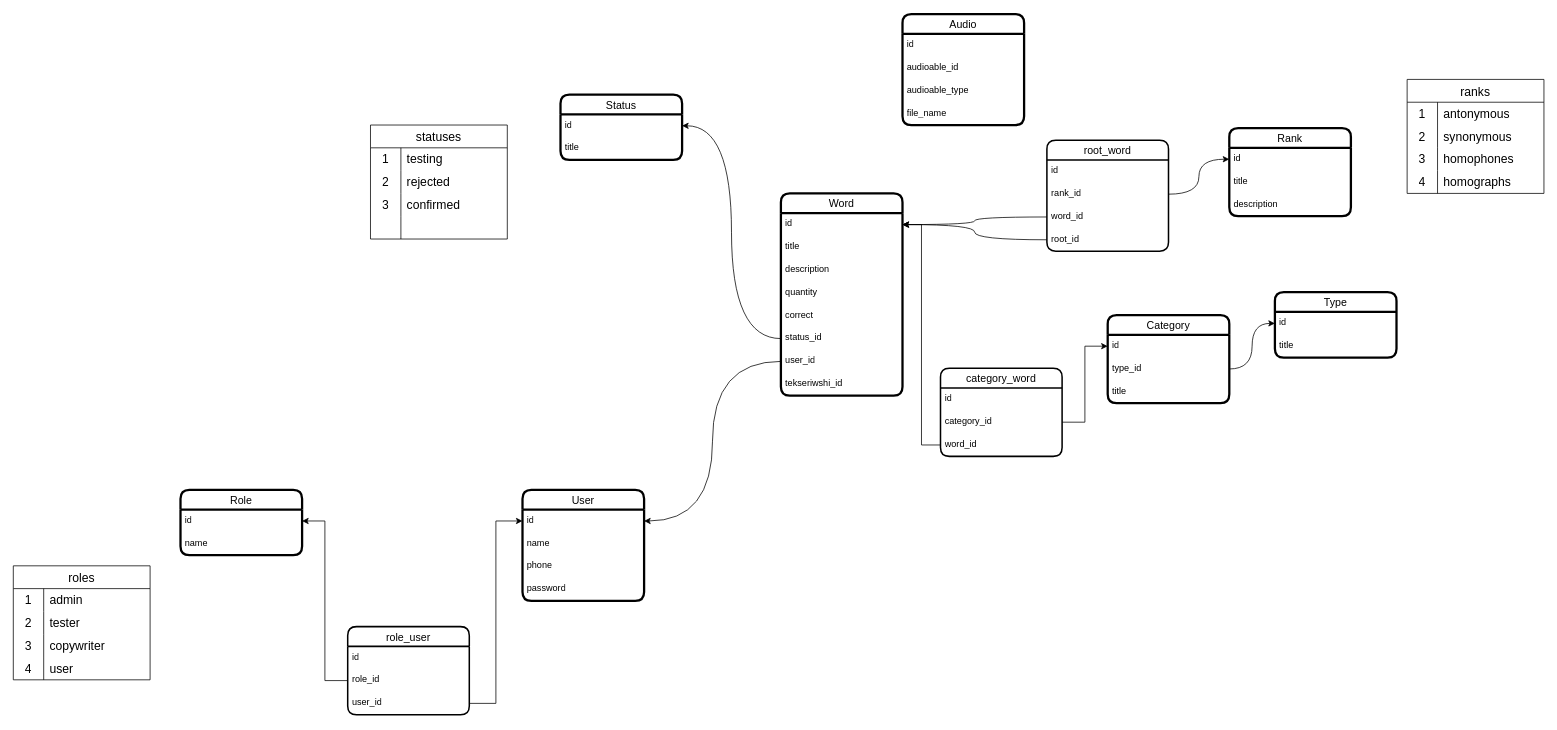
Earlier version of the draw.io diagram ts-backend.drawio (iztileuoff/databases). Source tidied: cells renumbered, new cells numbered last; positions are measured from the earlier drawing's top-left corner, leaving out a move shared by most shapes. Both pictures are drawn from the tidied source at 76%, with x=0, y=0 at pixel (13, 14).
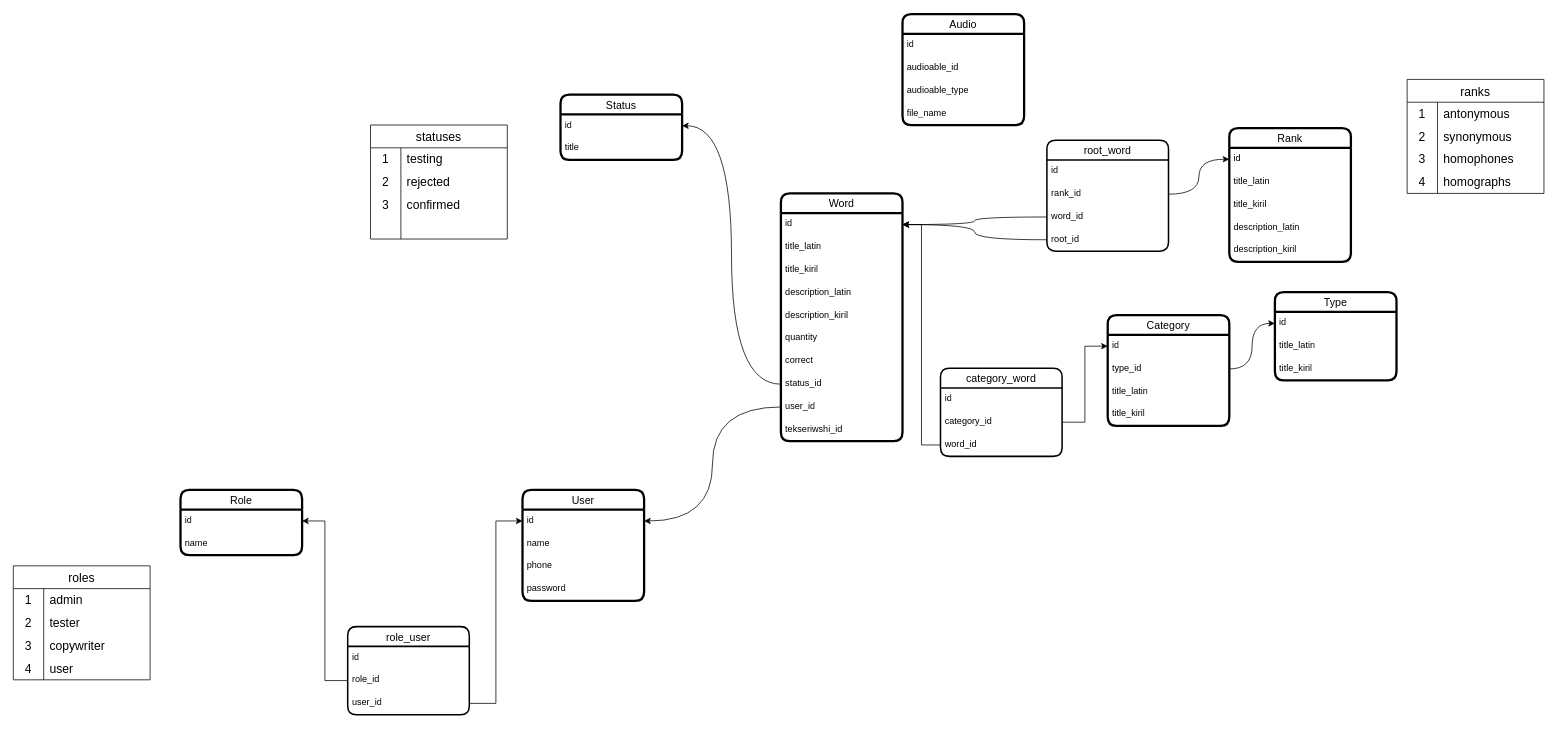
Above is the later version.

The edit, as a diff of the source:
```diff
@@
     <mxCell id="15" value="Word" style="swimlane;fontStyle=0;horizontal=1;startSize=26;align=center;fontSize=14;rounded=1;strokeWidth=3;" parent="1" vertex="1">
-      <mxGeometry x="1010" y="236" width="160" height="266" as="geometry" />
+      <mxGeometry x="1010" y="236" width="160" height="326" as="geometry" />
     </mxCell>
@@
-    <mxCell id="17" value="title" style="text;strokeColor=none;fillColor=none;spacingLeft=4;spacingRight=4;overflow=hidden;fontSize=12;whiteSpace=wrap;html=1;" parent="15" vertex="1">
+    <mxCell id="17" value="title_latin" style="text;strokeColor=none;fillColor=none;spacingLeft=4;spacingRight=4;overflow=hidden;fontSize=12;whiteSpace=wrap;html=1;" parent="15" vertex="1">
       <mxGeometry y="56" width="160" height="30" as="geometry" />
     </mxCell>
+    <mxCell id="100" value="title_kiril" style="text;strokeColor=none;fillColor=none;spacingLeft=4;spacingRight=4;overflow=hidden;fontSize=12;whiteSpace=wrap;html=1;" parent="15" vertex="1">
+      <mxGeometry y="86" width="160" height="30" as="geometry" />
+    </mxCell>
-    <mxCell id="18" value="description" style="text;strokeColor=none;fillColor=none;spacingLeft=4;spacingRight=4;overflow=hidden;fontSize=12;whiteSpace=wrap;html=1;" parent="15" vertex="1">
-      <mxGeometry y="86" width="160" height="30" as="geometry" />
+    <mxCell id="18" value="description_latin" style="text;strokeColor=none;fillColor=none;spacingLeft=4;spacingRight=4;overflow=hidden;fontSize=12;whiteSpace=wrap;html=1;" parent="15" vertex="1">
+      <mxGeometry y="116" width="160" height="30" as="geometry" />
     </mxCell>
+    <mxCell id="101" value="description_kiril" style="text;strokeColor=none;fillColor=none;spacingLeft=4;spacingRight=4;overflow=hidden;fontSize=12;whiteSpace=wrap;html=1;" parent="15" vertex="1">
+      <mxGeometry y="146" width="160" height="30" as="geometry" />
+    </mxCell>
     <mxCell id="19" value="quantity" style="text;strokeColor=none;fillColor=none;spacingLeft=4;spacingRight=4;overflow=hidden;fontSize=12;whiteSpace=wrap;html=1;" parent="15" vertex="1">
-      <mxGeometry y="116" width="160" height="30" as="geometry" />
+      <mxGeometry y="176" width="160" height="30" as="geometry" />
     </mxCell>
     <mxCell id="20" value="correct" style="text;strokeColor=none;fillColor=none;spacingLeft=4;spacingRight=4;overflow=hidden;fontSize=12;whiteSpace=wrap;html=1;" parent="15" vertex="1">
-      <mxGeometry y="146" width="160" height="30" as="geometry" />
+      <mxGeometry y="206" width="160" height="30" as="geometry" />
     </mxCell>
     <mxCell id="21" value="status_id" style="text;strokeColor=none;fillColor=none;spacingLeft=4;spacingRight=4;overflow=hidden;points=[[0,0.5],[1,0.5]];portConstraint=eastwest;fontSize=12;whiteSpace=wrap;html=1;" parent="15" vertex="1">
-      <mxGeometry y="176" width="160" height="30" as="geometry" />
+      <mxGeometry y="236" width="160" height="30" as="geometry" />
     </mxCell>
     <mxCell id="22" value="user_id" style="text;strokeColor=none;fillColor=none;spacingLeft=4;spacingRight=4;overflow=hidden;points=[[0,0.5],[1,0.5]];portConstraint=eastwest;fontSize=12;whiteSpace=wrap;html=1;" parent="15" vertex="1">
-      <mxGeometry y="206" width="160" height="30" as="geometry" />
+      <mxGeometry y="266" width="160" height="30" as="geometry" />
     </mxCell>
     <mxCell id="23" value="tekseriwshi_id" style="text;strokeColor=none;fillColor=none;spacingLeft=4;spacingRight=4;overflow=hidden;fontSize=12;whiteSpace=wrap;html=1;" parent="15" vertex="1">
-      <mxGeometry y="236" width="160" height="30" as="geometry" />
+      <mxGeometry y="296" width="160" height="30" as="geometry" />
     </mxCell>
     <mxCell id="24" value="Type" style="swimlane;fontStyle=0;horizontal=1;startSize=26;align=center;fontSize=14;rounded=1;strokeWidth=3;" parent="1" vertex="1">
-      <mxGeometry x="1660" y="366" width="160" height="86" as="geometry" />
+      <mxGeometry x="1660" y="366" width="160" height="116" as="geometry" />
     </mxCell>
@@
-    <mxCell id="26" value="title" style="text;strokeColor=none;fillColor=none;spacingLeft=4;spacingRight=4;overflow=hidden;fontSize=12;whiteSpace=wrap;html=1;" parent="24" vertex="1">
+    <mxCell id="26" value="title_latin" style="text;strokeColor=none;fillColor=none;spacingLeft=4;spacingRight=4;overflow=hidden;fontSize=12;whiteSpace=wrap;html=1;" parent="24" vertex="1">
       <mxGeometry y="56" width="160" height="30" as="geometry" />
     </mxCell>
+    <mxCell id="102" value="title_kiril" style="text;strokeColor=none;fillColor=none;spacingLeft=4;spacingRight=4;overflow=hidden;fontSize=12;whiteSpace=wrap;html=1;" parent="24" vertex="1">
+      <mxGeometry y="86" width="160" height="30" as="geometry" />
+    </mxCell>
     <mxCell id="27" value="Category" style="swimlane;fontStyle=0;horizontal=1;startSize=26;align=center;fontSize=14;rounded=1;strokeWidth=3;" parent="1" vertex="1">
-      <mxGeometry x="1440" y="396" width="160" height="116" as="geometry" />
+      <mxGeometry x="1440" y="396" width="160" height="146" as="geometry" />
     </mxCell>
@@
-    <mxCell id="30" value="title" style="text;strokeColor=none;fillColor=none;spacingLeft=4;spacingRight=4;overflow=hidden;fontSize=12;whiteSpace=wrap;html=1;" parent="27" vertex="1">
+    <mxCell id="30" value="title_latin" style="text;strokeColor=none;fillColor=none;spacingLeft=4;spacingRight=4;overflow=hidden;fontSize=12;whiteSpace=wrap;html=1;" parent="27" vertex="1">
       <mxGeometry y="86" width="160" height="30" as="geometry" />
     </mxCell>
+    <mxCell id="103" value="title_kiril" style="text;strokeColor=none;fillColor=none;spacingLeft=4;spacingRight=4;overflow=hidden;fontSize=12;whiteSpace=wrap;html=1;" parent="27" vertex="1">
+      <mxGeometry y="116" width="160" height="30" as="geometry" />
+    </mxCell>
@@
     <mxCell id="75" value="Rank" style="swimlane;fontStyle=0;horizontal=1;startSize=26;align=center;fontSize=14;rounded=1;strokeWidth=3;" parent="1" vertex="1">
-      <mxGeometry x="1600" y="150" width="160" height="116" as="geometry" />
+      <mxGeometry x="1600" y="150" width="160" height="176" as="geometry" />
     </mxCell>
@@
-    <mxCell id="77" value="title" style="text;strokeColor=none;fillColor=none;spacingLeft=4;spacingRight=4;overflow=hidden;fontSize=12;whiteSpace=wrap;html=1;" parent="75" vertex="1">
+    <mxCell id="77" value="title_latin" style="text;strokeColor=none;fillColor=none;spacingLeft=4;spacingRight=4;overflow=hidden;fontSize=12;whiteSpace=wrap;html=1;" parent="75" vertex="1">
       <mxGeometry y="56" width="160" height="30" as="geometry" />
     </mxCell>
+    <mxCell id="104" value="title_kiril" style="text;strokeColor=none;fillColor=none;spacingLeft=4;spacingRight=4;overflow=hidden;fontSize=12;whiteSpace=wrap;html=1;" parent="75" vertex="1">
+      <mxGeometry y="86" width="160" height="30" as="geometry" />
+    </mxCell>
-    <mxCell id="78" value="description" style="text;strokeColor=none;fillColor=none;spacingLeft=4;spacingRight=4;overflow=hidden;fontSize=12;whiteSpace=wrap;html=1;" parent="75" vertex="1">
-      <mxGeometry y="86" width="160" height="30" as="geometry" />
+    <mxCell id="78" value="description_latin" style="text;strokeColor=none;fillColor=none;spacingLeft=4;spacingRight=4;overflow=hidden;fontSize=12;whiteSpace=wrap;html=1;" parent="75" vertex="1">
+      <mxGeometry y="116" width="160" height="30" as="geometry" />
     </mxCell>
+    <mxCell id="105" value="description_kiril" style="text;strokeColor=none;fillColor=none;spacingLeft=4;spacingRight=4;overflow=hidden;fontSize=12;whiteSpace=wrap;html=1;" parent="75" vertex="1">
+      <mxGeometry y="146" width="160" height="30" as="geometry" />
+    </mxCell>
```
